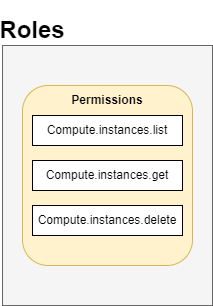
The draw.io diagram IAM-Roles.png in pyvivid/gcp-refs, before a commit. Source tidied: cells renumbered, new cells last; positions are measured from the earlier drawing's top-left corner, leaving out a move shared by most shapes.
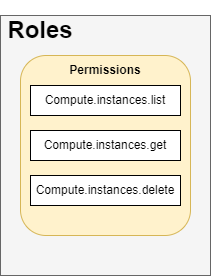
After the commit.

Diff of the diagram source:
```diff
@@ -17,8 +17,8 @@
     <mxCell id="6" value="Compute.instances.delete" style="rounded=0;whiteSpace=wrap;html=1;" parent="1" vertex="1">
       <mxGeometry x="30" y="190" width="150" height="30" as="geometry" />
     </mxCell>
-    <mxCell id="7" value="&lt;h1&gt;Roles&lt;/h1&gt;" style="text;html=1;strokeColor=none;fillColor=none;align=center;verticalAlign=middle;whiteSpace=wrap;rounded=0;" parent="1" vertex="1">
-      <mxGeometry width="60" height="30" as="geometry" />
+    <mxCell id="7" value="&lt;h1&gt;&lt;font color=&quot;#000000&quot;&gt;Roles&lt;/font&gt;&lt;/h1&gt;" style="text;html=1;strokeColor=none;fillColor=none;align=center;verticalAlign=middle;whiteSpace=wrap;rounded=0;" parent="1" vertex="1">
+      <mxGeometry x="10" y="30" width="60" height="30" as="geometry" />
     </mxCell>
     <mxCell id="8" value="&lt;b&gt;Permissions&lt;/b&gt;" style="text;html=1;strokeColor=none;fillColor=none;align=center;verticalAlign=middle;whiteSpace=wrap;rounded=0;fontColor=#000000;" parent="1" vertex="1">
       <mxGeometry x="70" y="70" width="70" height="30" as="geometry" />
```
